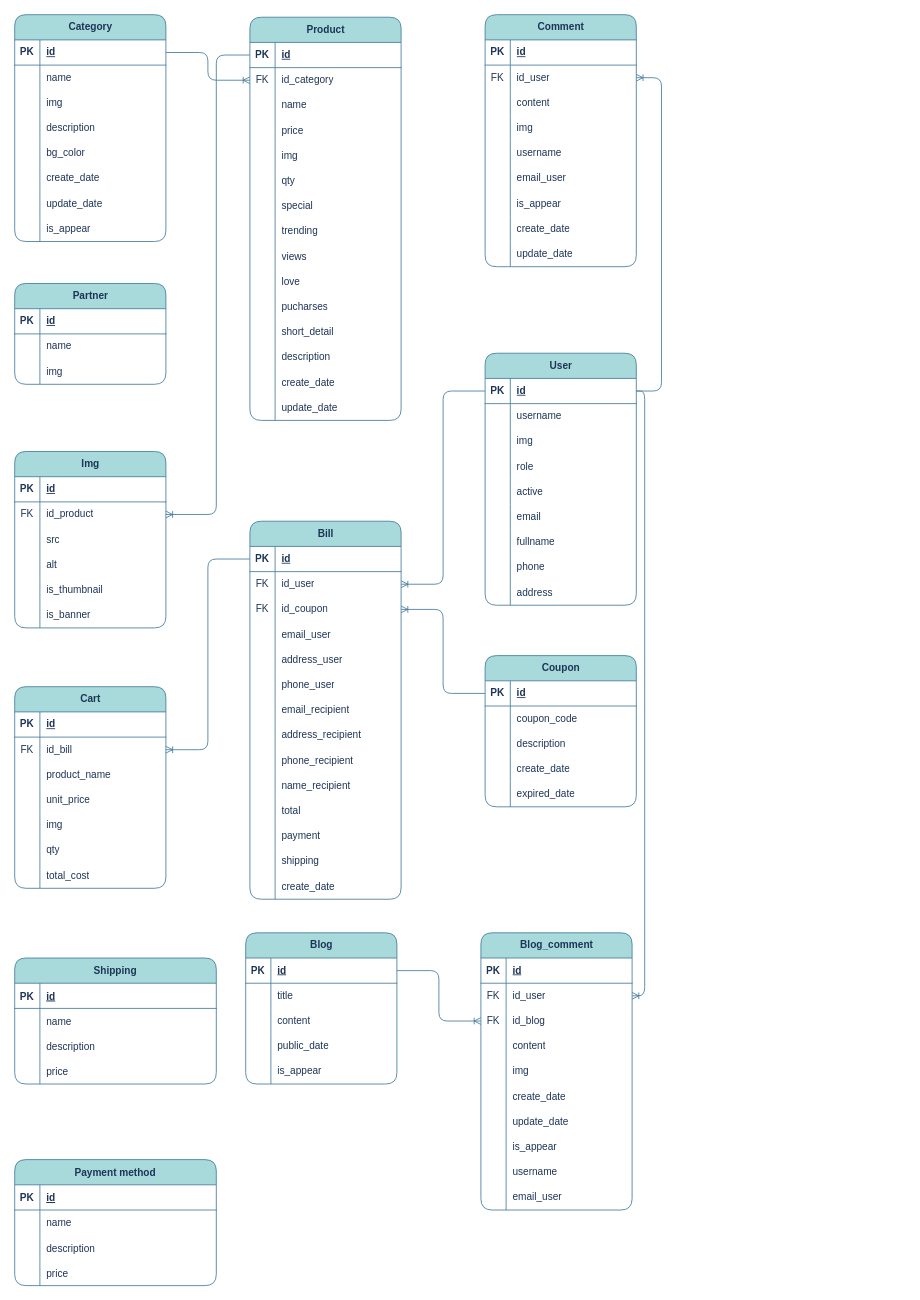
Above: page "ERD_Level-2" (1 of 3) of .vscode/LEGOUS_DIAGRAM.drawio in thanh8724/Legous (draw.io), before the change. Source tidied: cells renumbered, new cells numbered last; positions are measured from the earlier drawing's top-left corner, leaving out a move shared by most shapes. Both pictures are drawn from the tidied source at 84%, with x=0, y=0 at pixel (14, 14).
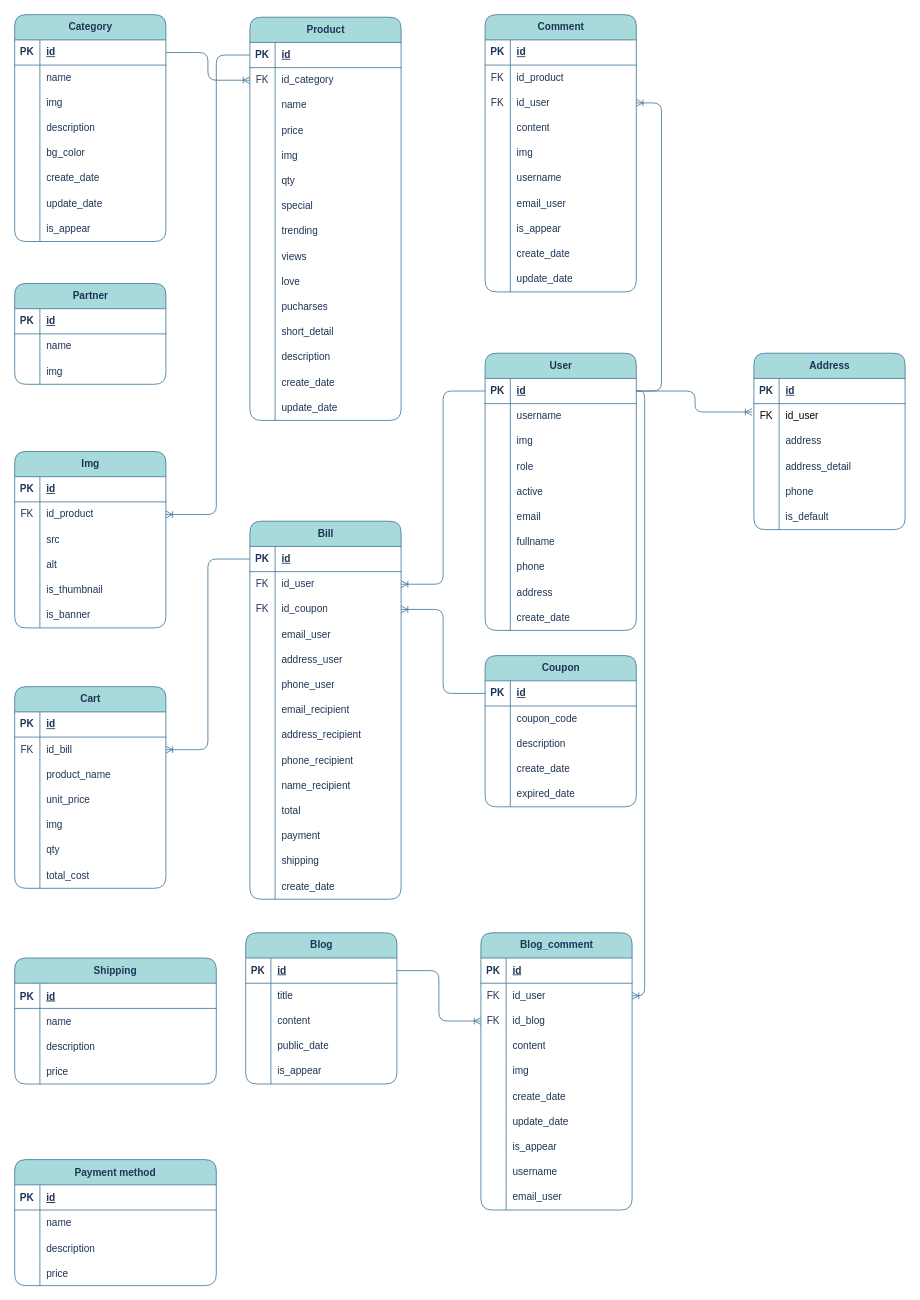
After the change.

The change refers to these unchanged cells:
```xml
<mxCell id="83" value="Img" style="shape=table;startSize=30;childLayout=tableLayout;rowLines=0;fontStyle=1;align=center;html=1;labelBackgroundColor=none;fillColor=#A8DADC;strokeColor=#457B9D;fontColor=#1D3557;rounded=1;" parent="1" vertex="1">
  <mxGeometry y="520" width="180" height="210" as="geometry" />
</mxCell>
<mxCell id="168" style="shape=tableRow;horizontal=0;startSize=0;swimlaneHead=0;swimlaneBody=0;fillColor=none;points=[[0,0.5],[1,0.5]];portConstraint=eastwest;top=0;left=0;right=0;bottom=1;labelBackgroundColor=none;strokeColor=#457B9D;fontColor=#1D3557;rounded=1;" parent="167" vertex="1">
  <mxGeometry y="30" width="180" height="30" as="geometry" />
</mxCell>
```

Change to the diagram source:
```diff
@@
-    <mxCell id="87" style="shape=tableRow;horizontal=0;startSize=0;swimlaneHead=0;swimlaneBody=0;fillColor=none;points=[[0,0.5],[1,0.5]];portConstraint=eastwest;top=0;left=0;right=0;bottom=0;rounded=1;strokeColor=#457B9D;fontColor=#1D3557;" parent="83" vertex="1">
+    <mxCell id="87" style="shape=tableRow;horizontal=0;startSize=0;swimlaneHead=0;swimlaneBody=0;fillColor=none;points=[[0,0.5],[1,0.5]];portConstraint=eastwest;top=0;left=0;right=0;bottom=0;rounded=1;strokeColor=#457B9D;fontColor=#1D3557;labelBackgroundColor=none;" parent="83" vertex="1">
       <mxGeometry y="60" width="180" height="30" as="geometry" />
     </mxCell>
-    <mxCell id="88" value="FK" style="shape=partialRectangle;fillColor=none;top=0;left=0;bottom=0;right=0;fontStyle=0;overflow=hidden;whiteSpace=wrap;html=1;rounded=1;strokeColor=#457B9D;fontColor=#1D3557;" parent="87" vertex="1">
+    <mxCell id="88" value="FK" style="shape=partialRectangle;fillColor=none;top=0;left=0;bottom=0;right=0;fontStyle=0;overflow=hidden;whiteSpace=wrap;html=1;rounded=1;strokeColor=#457B9D;fontColor=#1D3557;labelBackgroundColor=none;" parent="87" vertex="1">
       <mxGeometry width="30" height="30" as="geometry" />
     </mxCell>
-    <mxCell id="89" value="id_product" style="shape=partialRectangle;fillColor=none;top=0;left=0;bottom=0;right=0;align=left;spacingLeft=6;fontStyle=0;overflow=hidden;whiteSpace=wrap;html=1;rounded=1;strokeColor=#457B9D;fontColor=#1D3557;" parent="87" vertex="1">
+    <mxCell id="89" value="id_product" style="shape=partialRectangle;fillColor=none;top=0;left=0;bottom=0;right=0;align=left;spacingLeft=6;fontStyle=0;overflow=hidden;whiteSpace=wrap;html=1;rounded=1;strokeColor=#457B9D;fontColor=#1D3557;labelBackgroundColor=none;" parent="87" vertex="1">
       <mxGeometry x="30" width="150" height="30" as="geometry" />
     </mxCell>
@@
     <mxCell id="167" value="User" style="shape=table;startSize=30;childLayout=tableLayout;rowLines=0;fontStyle=1;align=center;html=1;labelBackgroundColor=none;fillColor=#A8DADC;strokeColor=#457B9D;fontColor=#1D3557;rounded=1;" parent="1" vertex="1">
-      <mxGeometry x="560" y="403" width="180" height="300" as="geometry" />
+      <mxGeometry x="560" y="403" width="180" height="330" as="geometry" />
     </mxCell>
@@
+    <mxCell id="320" style="shape=tableRow;horizontal=0;startSize=0;swimlaneHead=0;swimlaneBody=0;fillColor=none;top=0;left=0;right=0;bottom=0;labelBackgroundColor=none;strokeColor=#457B9D;fontColor=#1D3557;rounded=1;" parent="167" vertex="1">
+      <mxGeometry y="300" width="180" height="30" as="geometry" />
+    </mxCell>
+    <mxCell id="321" style="shape=partialRectangle;fillColor=none;top=0;left=0;bottom=0;right=0;overflow=hidden;whiteSpace=wrap;html=1;labelBackgroundColor=none;strokeColor=#457B9D;fontColor=#1D3557;rounded=1;" parent="320" vertex="1">
+      <mxGeometry width="30" height="30" as="geometry" />
+    </mxCell>
+    <mxCell id="322" value="create_date" style="shape=partialRectangle;fillColor=none;top=0;left=0;bottom=0;right=0;align=left;spacingLeft=6;overflow=hidden;whiteSpace=wrap;html=1;labelBackgroundColor=none;strokeColor=#457B9D;fontColor=#1D3557;rounded=1;" parent="320" vertex="1">
+      <mxGeometry x="30" width="150" height="30" as="geometry" />
+    </mxCell>
     <mxCell id="195" value="Comment" style="shape=table;startSize=30;childLayout=tableLayout;rowLines=0;fontStyle=1;align=center;html=1;labelBackgroundColor=none;fillColor=#A8DADC;strokeColor=#457B9D;fontColor=#1D3557;rounded=1;" parent="1" vertex="1">
-      <mxGeometry x="560" width="180" height="300" as="geometry" />
+      <mxGeometry x="560" width="180" height="330" as="geometry" />
     </mxCell>
@@
+    <mxCell id="323" style="shape=tableRow;horizontal=0;startSize=0;swimlaneHead=0;swimlaneBody=0;fillColor=none;top=0;left=0;right=0;bottom=0;labelBackgroundColor=none;strokeColor=#457B9D;fontColor=#1D3557;rounded=1;" parent="195" vertex="1">
+      <mxGeometry y="60" width="180" height="30" as="geometry" />
+    </mxCell>
+    <mxCell id="324" value="FK" style="shape=partialRectangle;fillColor=none;top=0;left=0;bottom=0;right=0;fontStyle=0;overflow=hidden;whiteSpace=wrap;html=1;labelBackgroundColor=none;strokeColor=#457B9D;fontColor=#1D3557;rounded=1;" parent="323" vertex="1">
+      <mxGeometry width="30" height="30" as="geometry" />
+    </mxCell>
+    <mxCell id="325" value="id_product" style="shape=partialRectangle;fillColor=none;top=0;left=0;bottom=0;right=0;align=left;spacingLeft=6;fontStyle=0;overflow=hidden;whiteSpace=wrap;html=1;labelBackgroundColor=none;strokeColor=#457B9D;fontColor=#1D3557;rounded=1;" parent="323" vertex="1">
+      <mxGeometry x="30" width="150" height="30" as="geometry" />
+    </mxCell>
     <mxCell id="199" style="shape=tableRow;horizontal=0;startSize=0;swimlaneHead=0;swimlaneBody=0;fillColor=none;points=[[0,0.5],[1,0.5]];portConstraint=eastwest;top=0;left=0;right=0;bottom=0;labelBackgroundColor=none;strokeColor=#457B9D;fontColor=#1D3557;rounded=1;" parent="195" vertex="1">
-      <mxGeometry y="60" width="180" height="30" as="geometry" />
+      <mxGeometry y="90" width="180" height="30" as="geometry" />
     </mxCell>
@@
     <mxCell id="202" style="shape=tableRow;horizontal=0;startSize=0;swimlaneHead=0;swimlaneBody=0;fillColor=none;top=0;left=0;right=0;bottom=0;labelBackgroundColor=none;strokeColor=#457B9D;fontColor=#1D3557;rounded=1;" parent="195" vertex="1">
-      <mxGeometry y="90" width="180" height="30" as="geometry" />
+      <mxGeometry y="120" width="180" height="30" as="geometry" />
     </mxCell>
@@
     <mxCell id="205" style="shape=tableRow;horizontal=0;startSize=0;swimlaneHead=0;swimlaneBody=0;fillColor=none;top=0;left=0;right=0;bottom=0;labelBackgroundColor=none;strokeColor=#457B9D;fontColor=#1D3557;rounded=1;" parent="195" vertex="1">
-      <mxGeometry y="120" width="180" height="30" as="geometry" />
+      <mxGeometry y="150" width="180" height="30" as="geometry" />
     </mxCell>
@@
     <mxCell id="208" style="shape=tableRow;horizontal=0;startSize=0;swimlaneHead=0;swimlaneBody=0;fillColor=none;top=0;left=0;right=0;bottom=0;labelBackgroundColor=none;strokeColor=#457B9D;fontColor=#1D3557;rounded=1;" parent="195" vertex="1">
-      <mxGeometry y="150" width="180" height="30" as="geometry" />
+      <mxGeometry y="180" width="180" height="30" as="geometry" />
     </mxCell>
@@
     <mxCell id="211" style="shape=tableRow;horizontal=0;startSize=0;swimlaneHead=0;swimlaneBody=0;fillColor=none;top=0;left=0;right=0;bottom=0;labelBackgroundColor=none;strokeColor=#457B9D;fontColor=#1D3557;rounded=1;" parent="195" vertex="1">
-      <mxGeometry y="180" width="180" height="30" as="geometry" />
+      <mxGeometry y="210" width="180" height="30" as="geometry" />
     </mxCell>
@@
     <mxCell id="214" style="shape=tableRow;horizontal=0;startSize=0;swimlaneHead=0;swimlaneBody=0;fillColor=none;top=0;left=0;right=0;bottom=0;labelBackgroundColor=none;strokeColor=#457B9D;fontColor=#1D3557;rounded=1;" parent="195" vertex="1">
-      <mxGeometry y="210" width="180" height="30" as="geometry" />
+      <mxGeometry y="240" width="180" height="30" as="geometry" />
     </mxCell>
@@
     <mxCell id="217" style="shape=tableRow;horizontal=0;startSize=0;swimlaneHead=0;swimlaneBody=0;fillColor=none;top=0;left=0;right=0;bottom=0;labelBackgroundColor=none;strokeColor=#457B9D;fontColor=#1D3557;rounded=1;" parent="195" vertex="1">
-      <mxGeometry y="240" width="180" height="30" as="geometry" />
+      <mxGeometry y="270" width="180" height="30" as="geometry" />
     </mxCell>
@@
     <mxCell id="220" style="shape=tableRow;horizontal=0;startSize=0;swimlaneHead=0;swimlaneBody=0;fillColor=none;top=0;left=0;right=0;bottom=0;labelBackgroundColor=none;strokeColor=#457B9D;fontColor=#1D3557;rounded=1;" parent="195" vertex="1">
-      <mxGeometry y="270" width="180" height="30" as="geometry" />
+      <mxGeometry y="300" width="180" height="30" as="geometry" />
     </mxCell>
@@
+    <mxCell id="326" value="Address" style="shape=table;startSize=30;childLayout=tableLayout;rowLines=0;fontStyle=1;align=center;html=1;labelBackgroundColor=none;fillColor=#A8DADC;strokeColor=#457B9D;fontColor=#1D3557;rounded=1;" parent="1" vertex="1">
+      <mxGeometry x="880" y="403" width="180" height="210" as="geometry" />
+    </mxCell>
+    <mxCell id="327" style="shape=tableRow;horizontal=0;startSize=0;swimlaneHead=0;swimlaneBody=0;fillColor=none;top=0;left=0;right=0;bottom=1;labelBackgroundColor=none;strokeColor=#457B9D;fontColor=#1D3557;rounded=1;" parent="326" vertex="1">
+      <mxGeometry y="30" width="180" height="30" as="geometry" />
+    </mxCell>
+    <mxCell id="328" value="PK" style="shape=partialRectangle;fillColor=none;top=0;left=0;bottom=0;right=0;fontStyle=1;overflow=hidden;whiteSpace=wrap;html=1;labelBackgroundColor=none;strokeColor=#457B9D;fontColor=#1D3557;rounded=1;" parent="327" vertex="1">
+      <mxGeometry width="30" height="30" as="geometry" />
+    </mxCell>
+    <mxCell id="329" value="id" style="shape=partialRectangle;fillColor=none;top=0;left=0;bottom=0;right=0;align=left;spacingLeft=6;fontStyle=5;overflow=hidden;whiteSpace=wrap;html=1;labelBackgroundColor=none;strokeColor=#457B9D;fontColor=#1D3557;rounded=1;" parent="327" vertex="1">
+      <mxGeometry x="30" width="150" height="30" as="geometry" />
+    </mxCell>
+    <mxCell id="330" style="shape=tableRow;horizontal=0;startSize=0;swimlaneHead=0;swimlaneBody=0;fillColor=none;points=[[0,0.5],[1,0.5]];portConstraint=eastwest;top=0;left=0;right=0;bottom=0;" parent="326" vertex="1">
+      <mxGeometry y="60" width="180" height="30" as="geometry" />
+    </mxCell>
+    <mxCell id="331" value="FK" style="shape=partialRectangle;fillColor=none;top=0;left=0;bottom=0;right=0;fontStyle=0;overflow=hidden;whiteSpace=wrap;html=1;" parent="330" vertex="1">
+      <mxGeometry width="30" height="30" as="geometry" />
+    </mxCell>
+    <mxCell id="332" value="id_user" style="shape=partialRectangle;fillColor=none;top=0;left=0;bottom=0;right=0;align=left;spacingLeft=6;fontStyle=0;overflow=hidden;whiteSpace=wrap;html=1;" parent="330" vertex="1">
+      <mxGeometry x="30" width="150" height="30" as="geometry" />
+    </mxCell>
+    <mxCell id="333" style="shape=tableRow;horizontal=0;startSize=0;swimlaneHead=0;swimlaneBody=0;fillColor=none;top=0;left=0;right=0;bottom=0;labelBackgroundColor=none;strokeColor=#457B9D;fontColor=#1D3557;rounded=1;" parent="326" vertex="1">
+      <mxGeometry y="90" width="180" height="30" as="geometry" />
+    </mxCell>
+    <mxCell id="334" style="shape=partialRectangle;fillColor=none;top=0;left=0;bottom=0;right=0;overflow=hidden;whiteSpace=wrap;html=1;labelBackgroundColor=none;strokeColor=#457B9D;fontColor=#1D3557;rounded=1;" parent="333" vertex="1">
+      <mxGeometry width="30" height="30" as="geometry" />
+    </mxCell>
+    <mxCell id="335" value="address" style="shape=partialRectangle;fillColor=none;top=0;left=0;bottom=0;right=0;align=left;spacingLeft=6;overflow=hidden;whiteSpace=wrap;html=1;labelBackgroundColor=none;strokeColor=#457B9D;fontColor=#1D3557;rounded=1;" parent="333" vertex="1">
+      <mxGeometry x="30" width="150" height="30" as="geometry" />
+    </mxCell>
+    <mxCell id="336" style="shape=tableRow;horizontal=0;startSize=0;swimlaneHead=0;swimlaneBody=0;fillColor=none;top=0;left=0;right=0;bottom=0;labelBackgroundColor=none;strokeColor=#457B9D;fontColor=#1D3557;rounded=1;" parent="326" vertex="1">
+      <mxGeometry y="120" width="180" height="30" as="geometry" />
+    </mxCell>
+    <mxCell id="337" style="shape=partialRectangle;fillColor=none;top=0;left=0;bottom=0;right=0;overflow=hidden;whiteSpace=wrap;html=1;labelBackgroundColor=none;strokeColor=#457B9D;fontColor=#1D3557;rounded=1;" parent="336" vertex="1">
+      <mxGeometry width="30" height="30" as="geometry" />
+    </mxCell>
+    <mxCell id="338" value="&lt;div&gt;address_detail&lt;/div&gt;" style="shape=partialRectangle;fillColor=none;top=0;left=0;bottom=0;right=0;align=left;spacingLeft=6;overflow=hidden;whiteSpace=wrap;html=1;labelBackgroundColor=none;strokeColor=#457B9D;fontColor=#1D3557;rounded=1;" parent="336" vertex="1">
+      <mxGeometry x="30" width="150" height="30" as="geometry" />
+    </mxCell>
+    <mxCell id="339" style="shape=tableRow;horizontal=0;startSize=0;swimlaneHead=0;swimlaneBody=0;fillColor=none;top=0;left=0;right=0;bottom=0;labelBackgroundColor=none;strokeColor=#457B9D;fontColor=#1D3557;rounded=1;" parent="326" vertex="1">
+      <mxGeometry y="150" width="180" height="30" as="geometry" />
+    </mxCell>
+    <mxCell id="340" style="shape=partialRectangle;fillColor=none;top=0;left=0;bottom=0;right=0;overflow=hidden;whiteSpace=wrap;html=1;labelBackgroundColor=none;strokeColor=#457B9D;fontColor=#1D3557;rounded=1;" parent="339" vertex="1">
+      <mxGeometry width="30" height="30" as="geometry" />
+    </mxCell>
+    <mxCell id="341" value="phone" style="shape=partialRectangle;fillColor=none;top=0;left=0;bottom=0;right=0;align=left;spacingLeft=6;overflow=hidden;whiteSpace=wrap;html=1;labelBackgroundColor=none;strokeColor=#457B9D;fontColor=#1D3557;rounded=1;" parent="339" vertex="1">
+      <mxGeometry x="30" width="150" height="30" as="geometry" />
+    </mxCell>
+    <mxCell id="342" style="shape=tableRow;horizontal=0;startSize=0;swimlaneHead=0;swimlaneBody=0;fillColor=none;top=0;left=0;right=0;bottom=0;labelBackgroundColor=none;strokeColor=#457B9D;fontColor=#1D3557;rounded=1;" parent="326" vertex="1">
+      <mxGeometry y="180" width="180" height="30" as="geometry" />
+    </mxCell>
+    <mxCell id="343" style="shape=partialRectangle;fillColor=none;top=0;left=0;bottom=0;right=0;overflow=hidden;whiteSpace=wrap;html=1;labelBackgroundColor=none;strokeColor=#457B9D;fontColor=#1D3557;rounded=1;" parent="342" vertex="1">
+      <mxGeometry width="30" height="30" as="geometry" />
+    </mxCell>
+    <mxCell id="344" value="is_default" style="shape=partialRectangle;fillColor=none;top=0;left=0;bottom=0;right=0;align=left;spacingLeft=6;overflow=hidden;whiteSpace=wrap;html=1;labelBackgroundColor=none;strokeColor=#457B9D;fontColor=#1D3557;rounded=1;" parent="342" vertex="1">
+      <mxGeometry x="30" width="150" height="30" as="geometry" />
+    </mxCell>
+    <mxCell id="345" style="edgeStyle=orthogonalEdgeStyle;fontSize=12;html=1;endArrow=ERoneToMany;rounded=1;exitX=1;exitY=0.5;exitDx=0;exitDy=0;entryX=-0.012;entryY=0.333;entryDx=0;entryDy=0;labelBackgroundColor=none;strokeColor=#457B9D;fontColor=default;entryPerimeter=0;" parent="1" edge="1" source="168" target="330">
+      <mxGeometry relative="1" as="geometry" />
+    </mxCell>
```
